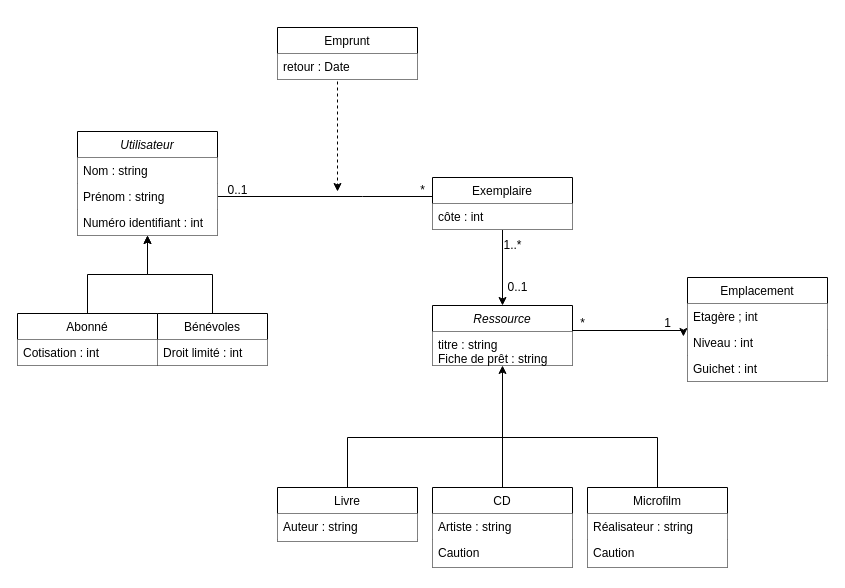
Before: CDA/UML/DiagrammeClasse/DiagrammeDeClasse.drawio in JulienHem/AFPA, a draw.io diagram. Source tidied: cells renumbered, new cells numbered last; positions are measured from the earlier drawing's top-left corner, leaving out a move shared by most shapes. Both pictures are drawn from the tidied source at 100%, with x=0, y=0 at pixel (17, 27).
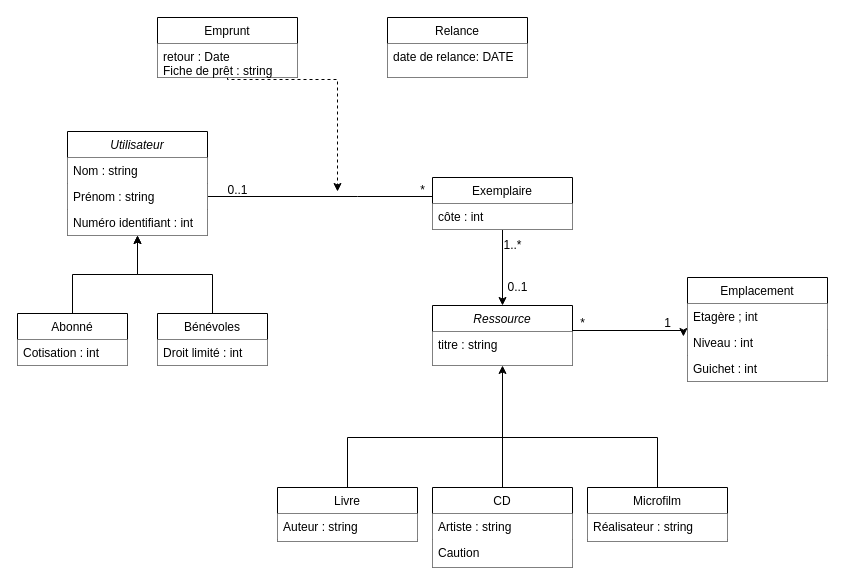
The same diagram, later.

The change refers to these unchanged cells:
```xml
<mxCell id="24" value="Ressource" style="swimlane;fontStyle=2;horizontal=1;startSize=26;fillColor=#ffffff;" parent="1" vertex="1">
  <mxGeometry x="415" y="278" width="140" height="60" as="geometry" />
</mxCell>
```

The edit, as a diff of the source:
```diff
@@
-    <mxCell id="15" value="Utilisateur" style="swimlane;fontStyle=2;horizontal=1;startSize=26;fillColor=#ffffff;" parent="1" vertex="1">
-      <mxGeometry x="60" y="104" width="140" height="104" as="geometry" />
-    </mxCell>
-    <mxCell id="16" value="Nom : string" style="text;strokeColor=none;fillColor=#ffffff;align=left;verticalAlign=top;spacingLeft=4;spacingRight=4;overflow=hidden;" parent="15" vertex="1">
-      <mxGeometry y="26" width="140" height="26" as="geometry" />
-    </mxCell>
-    <mxCell id="17" value="Prénom : string" style="text;strokeColor=none;fillColor=#ffffff;align=left;verticalAlign=top;spacingLeft=4;spacingRight=4;overflow=hidden;points=[[0,0.5],[1,0.5]];portConstraint=eastwest;" parent="15" vertex="1">
-      <mxGeometry y="52" width="140" height="26" as="geometry" />
-    </mxCell>
-    <mxCell id="18" value="Numéro identifiant : int" style="text;strokeColor=none;fillColor=#ffffff;align=left;verticalAlign=top;spacingLeft=4;spacingRight=4;overflow=hidden;" parent="15" vertex="1">
-      <mxGeometry y="78" width="140" height="26" as="geometry" />
-    </mxCell>
     <mxCell id="19" value="Abonné" style="swimlane;fontStyle=0;horizontal=1;startSize=26;fillColor=#ffffff;" parent="1" vertex="1">
-      <mxGeometry y="286" width="140" height="52" as="geometry" />
+      <mxGeometry y="286" width="110" height="52" as="geometry" />
     </mxCell>
     <mxCell id="20" value="Cotisation : int" style="text;strokeColor=none;fillColor=#ffffff;align=left;verticalAlign=top;spacingLeft=4;spacingRight=4;overflow=hidden;" parent="19" vertex="1">
-      <mxGeometry y="26" width="140" height="26" as="geometry" />
+      <mxGeometry y="26" width="110" height="26" as="geometry" />
     </mxCell>
@@
-    <mxCell id="25" value="titre : string&#10;Fiche de prêt : string&#10;" style="text;strokeColor=none;fillColor=#ffffff;align=left;verticalAlign=top;spacingLeft=4;spacingRight=4;overflow=hidden;" parent="24" vertex="1">
+    <mxCell id="25" value="titre : string&#10;" style="text;strokeColor=none;fillColor=#ffffff;align=left;verticalAlign=top;spacingLeft=4;spacingRight=4;overflow=hidden;" parent="24" vertex="1">
       <mxGeometry y="26" width="140" height="34" as="geometry" />
     </mxCell>
@@
     <mxCell id="39" value="Microfilm" style="swimlane;fontStyle=0;horizontal=1;startSize=26;fillColor=#ffffff;" parent="1" vertex="1">
-      <mxGeometry x="570" y="460" width="140" height="80" as="geometry" />
+      <mxGeometry x="570" y="460" width="140" height="54" as="geometry" />
     </mxCell>
@@
-    <mxCell id="41" value="Caution" style="text;strokeColor=none;fillColor=#ffffff;align=left;verticalAlign=top;spacingLeft=4;spacingRight=4;overflow=hidden;" parent="39" vertex="1">
-      <mxGeometry y="52" width="140" height="28" as="geometry" />
+    <mxCell id="41" style="text;strokeColor=none;fillColor=#ffffff;align=left;verticalAlign=top;spacingLeft=4;spacingRight=4;overflow=hidden;" parent="39" vertex="1">
+      <mxGeometry y="52" width="140" height="2" as="geometry" />
     </mxCell>
+    <mxCell id="15" value="Utilisateur" style="swimlane;fontStyle=2;horizontal=1;startSize=26;fillColor=#ffffff;" parent="1" vertex="1">
+      <mxGeometry x="50" y="104" width="140" height="104" as="geometry" />
+    </mxCell>
+    <mxCell id="16" value="Nom : string" style="text;strokeColor=none;fillColor=#ffffff;align=left;verticalAlign=top;spacingLeft=4;spacingRight=4;overflow=hidden;" parent="15" vertex="1">
+      <mxGeometry y="26" width="140" height="26" as="geometry" />
+    </mxCell>
+    <mxCell id="17" value="Prénom : string" style="text;strokeColor=none;fillColor=#ffffff;align=left;verticalAlign=top;spacingLeft=4;spacingRight=4;overflow=hidden;points=[[0,0.5],[1,0.5]];portConstraint=eastwest;" parent="15" vertex="1">
+      <mxGeometry y="52" width="140" height="26" as="geometry" />
+    </mxCell>
+    <mxCell id="18" value="Numéro identifiant : int" style="text;strokeColor=none;fillColor=#ffffff;align=left;verticalAlign=top;spacingLeft=4;spacingRight=4;overflow=hidden;" parent="15" vertex="1">
+      <mxGeometry y="78" width="140" height="26" as="geometry" />
+    </mxCell>
     <mxCell id="42" value="Emprunt" style="swimlane;fontStyle=0;horizontal=1;startSize=26;fillColor=#ffffff;" parent="1" vertex="1">
-      <mxGeometry x="260" width="140" height="52" as="geometry" />
+      <mxGeometry x="140" y="-10" width="140" height="60" as="geometry" />
     </mxCell>
-    <mxCell id="43" value="retour : Date" style="text;strokeColor=none;fillColor=#ffffff;align=left;verticalAlign=top;spacingLeft=4;spacingRight=4;overflow=hidden;" parent="42" vertex="1">
-      <mxGeometry y="26" width="140" height="26" as="geometry" />
+    <mxCell id="43" value="retour : Date&#10;Fiche de prêt : string" style="text;strokeColor=none;fillColor=#ffffff;align=left;verticalAlign=top;spacingLeft=4;spacingRight=4;overflow=hidden;" parent="42" vertex="1">
+      <mxGeometry y="26" width="140" height="34" as="geometry" />
     </mxCell>
+    <mxCell id="44" value="Relance" style="swimlane;fontStyle=0;horizontal=1;startSize=26;fillColor=#ffffff;" parent="1" vertex="1">
+      <mxGeometry x="370" y="-10" width="140" height="60" as="geometry" />
+    </mxCell>
+    <mxCell id="45" value="date de relance: DATE&#10;" style="text;strokeColor=none;fillColor=#ffffff;align=left;verticalAlign=top;spacingLeft=4;spacingRight=4;overflow=hidden;" parent="44" vertex="1">
+      <mxGeometry y="26" width="140" height="34" as="geometry" />
+    </mxCell>
```
